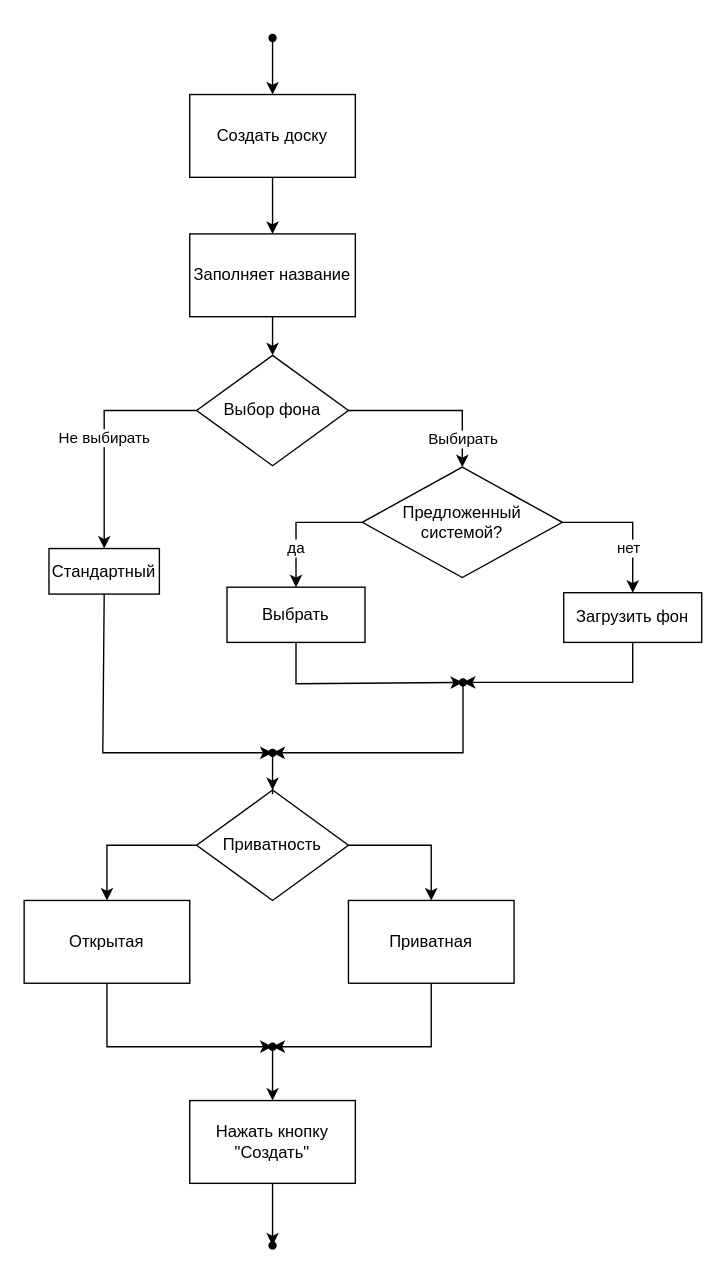
Before: activity.drawio in StanEkso/kanban-projecting, a draw.io diagram. Source tidied: cells renumbered, new cells numbered last; positions are measured from the earlier drawing's top-left corner, leaving out a move shared by most shapes. Both pictures are drawn from the tidied source at 138%, with x=0, y=0 at pixel (23, 23).
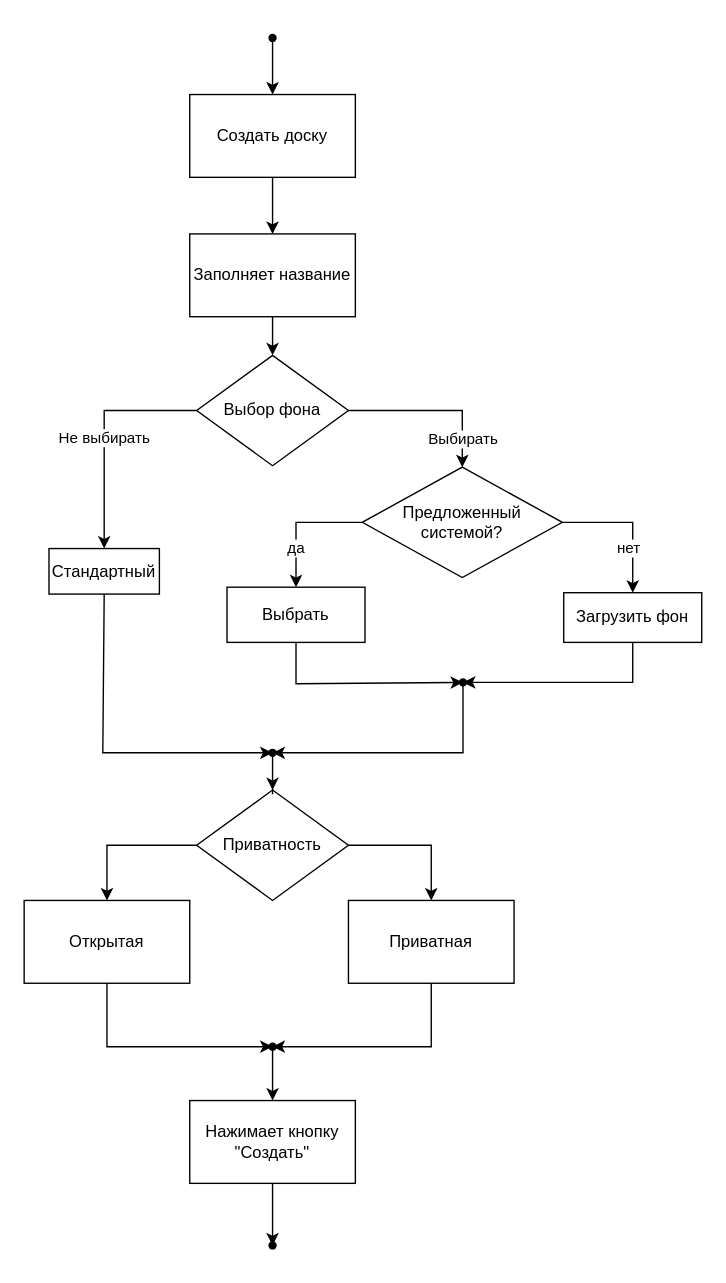
The same diagram, later.

Commit message:
fix: caption for action

The edit, as a diff of the source:
```diff
@@
-    <mxCell id="34" value="Нажать кнопку &quot;Создать&quot;" style="whiteSpace=wrap;html=1;fillColor=none;sketch=0;fillStyle=solid;" parent="1" vertex="1">
+    <mxCell id="34" value="Нажимает кнопку &quot;Создать&quot;" style="whiteSpace=wrap;html=1;fillColor=none;sketch=0;fillStyle=solid;" parent="1" vertex="1">
       <mxGeometry x="120" y="780" width="120" height="60" as="geometry" />
     </mxCell>
```
